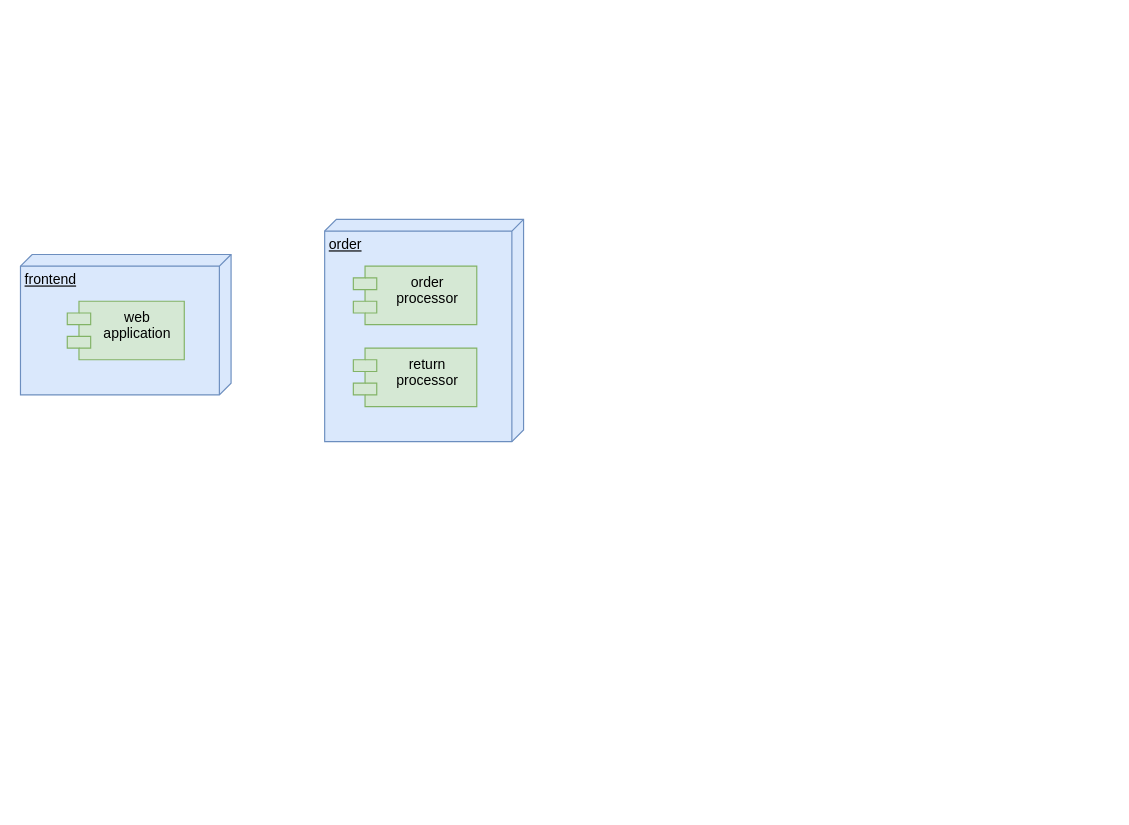
Earlier version of the draw.io diagram workflows/components_architecture.drawio (movies-albrains/.github). Source tidied: cells renumbered, new cells numbered last; positions are measured from the earlier drawing's top-left corner, leaving out a move shared by most shapes. Both pictures are drawn from the tidied source at 117%, with x=0, y=0 at pixel (20, 219).
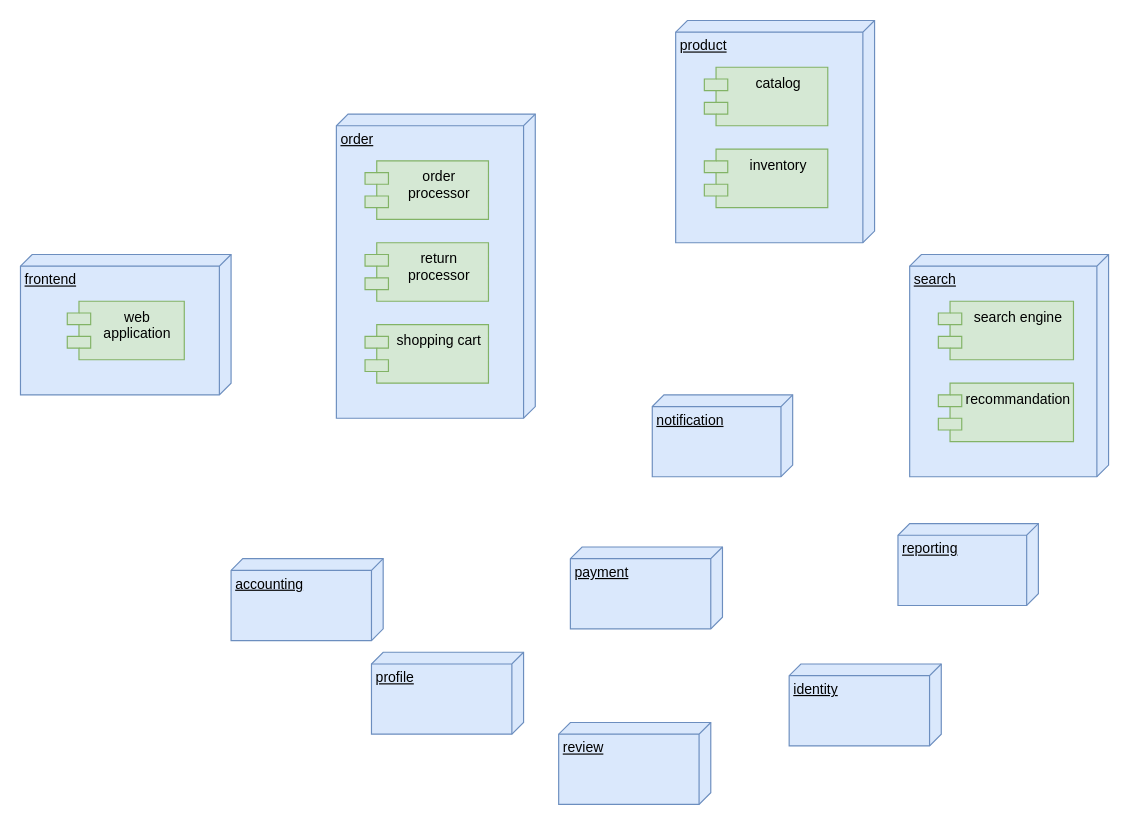
The same diagram, later.

Commit message (it also covers changes not shown here):
Mettre à jour components_architecture.drawio

The edit, as a diff of the source:
```diff
@@
     <mxCell id="4" value="order" style="verticalAlign=top;align=left;spacingTop=8;spacingLeft=2;spacingRight=12;shape=cube;size=10;direction=south;fontStyle=4;html=1;whiteSpace=wrap;fillColor=#dae8fc;strokeColor=#6c8ebf;" parent="1" vertex="1">
-      <mxGeometry x="260" width="170" height="190" as="geometry" />
+      <mxGeometry x="270" y="-90" width="170" height="260" as="geometry" />
     </mxCell>
@@
+    <mxCell id="7" value="shopping cart" style="shape=module;align=left;spacingLeft=20;align=center;verticalAlign=top;whiteSpace=wrap;html=1;fillColor=#d5e8d4;strokeColor=#82b366;" parent="4" vertex="1">
+      <mxGeometry x="24.5" y="180" width="105.5" height="50" as="geometry" />
+    </mxCell>
+    <mxCell id="8" value="accounting" style="verticalAlign=top;align=left;spacingTop=8;spacingLeft=2;spacingRight=12;shape=cube;size=10;direction=south;fontStyle=4;html=1;whiteSpace=wrap;fillColor=#dae8fc;strokeColor=#6c8ebf;" parent="1" vertex="1">
+      <mxGeometry x="180" y="290" width="130" height="70" as="geometry" />
+    </mxCell>
+    <mxCell id="9" value="payment" style="verticalAlign=top;align=left;spacingTop=8;spacingLeft=2;spacingRight=12;shape=cube;size=10;direction=south;fontStyle=4;html=1;whiteSpace=wrap;fillColor=#dae8fc;strokeColor=#6c8ebf;" parent="1" vertex="1">
+      <mxGeometry x="470" y="280" width="130" height="70" as="geometry" />
+    </mxCell>
+    <mxCell id="10" value="notification" style="verticalAlign=top;align=left;spacingTop=8;spacingLeft=2;spacingRight=12;shape=cube;size=10;direction=south;fontStyle=4;html=1;whiteSpace=wrap;fillColor=#dae8fc;strokeColor=#6c8ebf;" parent="1" vertex="1">
+      <mxGeometry x="540" y="150" width="120" height="70" as="geometry" />
+    </mxCell>
+    <mxCell id="11" value="reporting" style="verticalAlign=top;align=left;spacingTop=8;spacingLeft=2;spacingRight=12;shape=cube;size=10;direction=south;fontStyle=4;html=1;whiteSpace=wrap;fillColor=#dae8fc;strokeColor=#6c8ebf;" parent="1" vertex="1">
+      <mxGeometry x="750" y="260" width="120" height="70" as="geometry" />
+    </mxCell>
+    <mxCell id="12" value="product" style="verticalAlign=top;align=left;spacingTop=8;spacingLeft=2;spacingRight=12;shape=cube;size=10;direction=south;fontStyle=4;html=1;whiteSpace=wrap;fillColor=#dae8fc;strokeColor=#6c8ebf;" parent="1" vertex="1">
+      <mxGeometry x="560" y="-170" width="170" height="190" as="geometry" />
+    </mxCell>
+    <mxCell id="13" value="catalog" style="shape=module;align=left;spacingLeft=20;align=center;verticalAlign=top;whiteSpace=wrap;html=1;fillColor=#d5e8d4;strokeColor=#82b366;" parent="12" vertex="1">
+      <mxGeometry x="24.5" y="40" width="105.5" height="50" as="geometry" />
+    </mxCell>
+    <mxCell id="14" value="inventory" style="shape=module;align=left;spacingLeft=20;align=center;verticalAlign=top;whiteSpace=wrap;html=1;fillColor=#d5e8d4;strokeColor=#82b366;" parent="12" vertex="1">
+      <mxGeometry x="24.5" y="110" width="105.5" height="50" as="geometry" />
+    </mxCell>
+    <mxCell id="15" value="profile" style="verticalAlign=top;align=left;spacingTop=8;spacingLeft=2;spacingRight=12;shape=cube;size=10;direction=south;fontStyle=4;html=1;whiteSpace=wrap;fillColor=#dae8fc;strokeColor=#6c8ebf;" parent="1" vertex="1">
+      <mxGeometry x="300" y="370" width="130" height="70" as="geometry" />
+    </mxCell>
+    <mxCell id="16" value="identity" style="verticalAlign=top;align=left;spacingTop=8;spacingLeft=2;spacingRight=12;shape=cube;size=10;direction=south;fontStyle=4;html=1;whiteSpace=wrap;fillColor=#dae8fc;strokeColor=#6c8ebf;" parent="1" vertex="1">
+      <mxGeometry x="657" y="380" width="130" height="70" as="geometry" />
+    </mxCell>
+    <mxCell id="17" value="review" style="verticalAlign=top;align=left;spacingTop=8;spacingLeft=2;spacingRight=12;shape=cube;size=10;direction=south;fontStyle=4;html=1;whiteSpace=wrap;fillColor=#dae8fc;strokeColor=#6c8ebf;" parent="1" vertex="1">
+      <mxGeometry x="460" y="430" width="130" height="70" as="geometry" />
+    </mxCell>
+    <mxCell id="18" value="search" style="verticalAlign=top;align=left;spacingTop=8;spacingLeft=2;spacingRight=12;shape=cube;size=10;direction=south;fontStyle=4;html=1;whiteSpace=wrap;fillColor=#dae8fc;strokeColor=#6c8ebf;" parent="1" vertex="1">
+      <mxGeometry x="760" y="30" width="170" height="190" as="geometry" />
+    </mxCell>
+    <mxCell id="19" value="search engine" style="shape=module;align=left;spacingLeft=20;align=center;verticalAlign=top;whiteSpace=wrap;html=1;fillColor=#d5e8d4;strokeColor=#82b366;" parent="18" vertex="1">
+      <mxGeometry x="24.5" y="40" width="115.5" height="50" as="geometry" />
+    </mxCell>
+    <mxCell id="20" value="recommandation" style="shape=module;align=left;spacingLeft=20;align=center;verticalAlign=top;whiteSpace=wrap;html=1;fillColor=#d5e8d4;strokeColor=#82b366;" parent="18" vertex="1">
+      <mxGeometry x="24.5" y="110" width="115.5" height="50" as="geometry" />
+    </mxCell>
```
